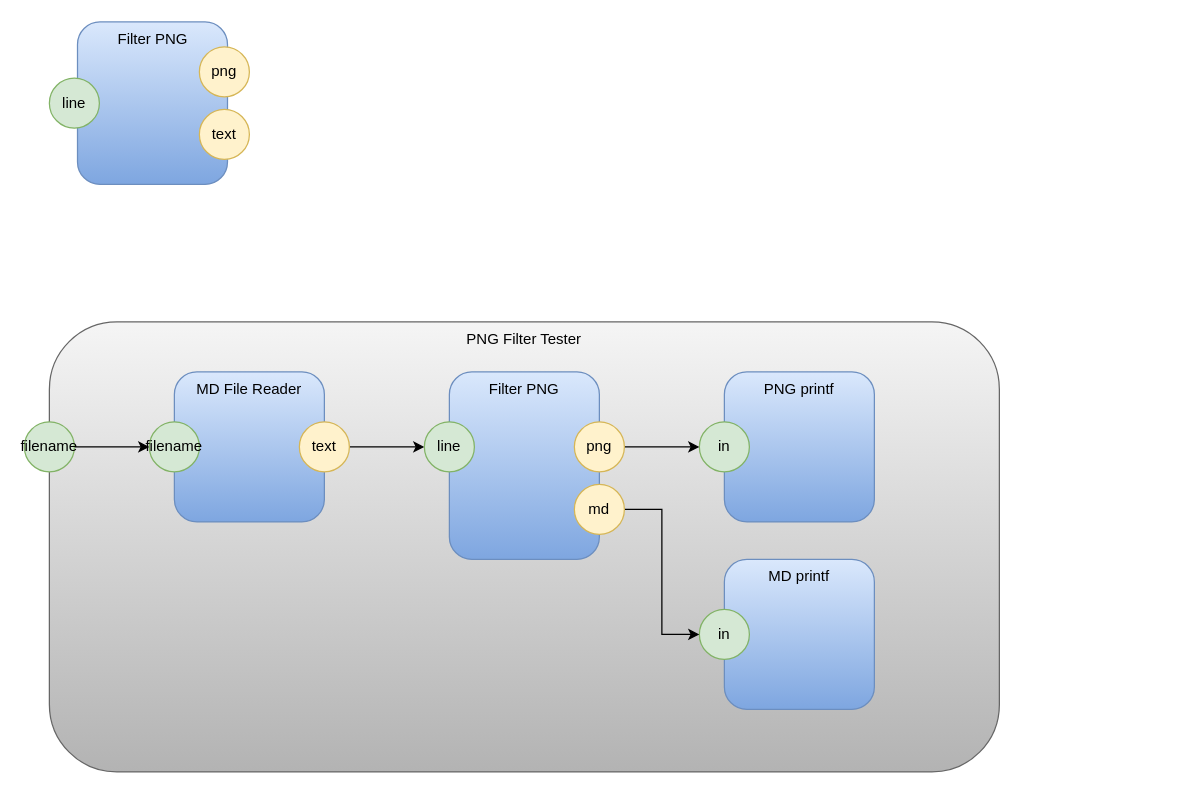
Earlier version of the draw.io diagram page "PNG Filter" (10 of 10) of pm-copy.drawio (guitarvydas/pypm). Source tidied: cells renumbered, new cells numbered last; positions are measured from the earlier drawing's top-left corner, leaving out a move shared by most shapes. Both pictures are drawn from the tidied source at 125%, with x=0, y=0 at pixel (24, 21).
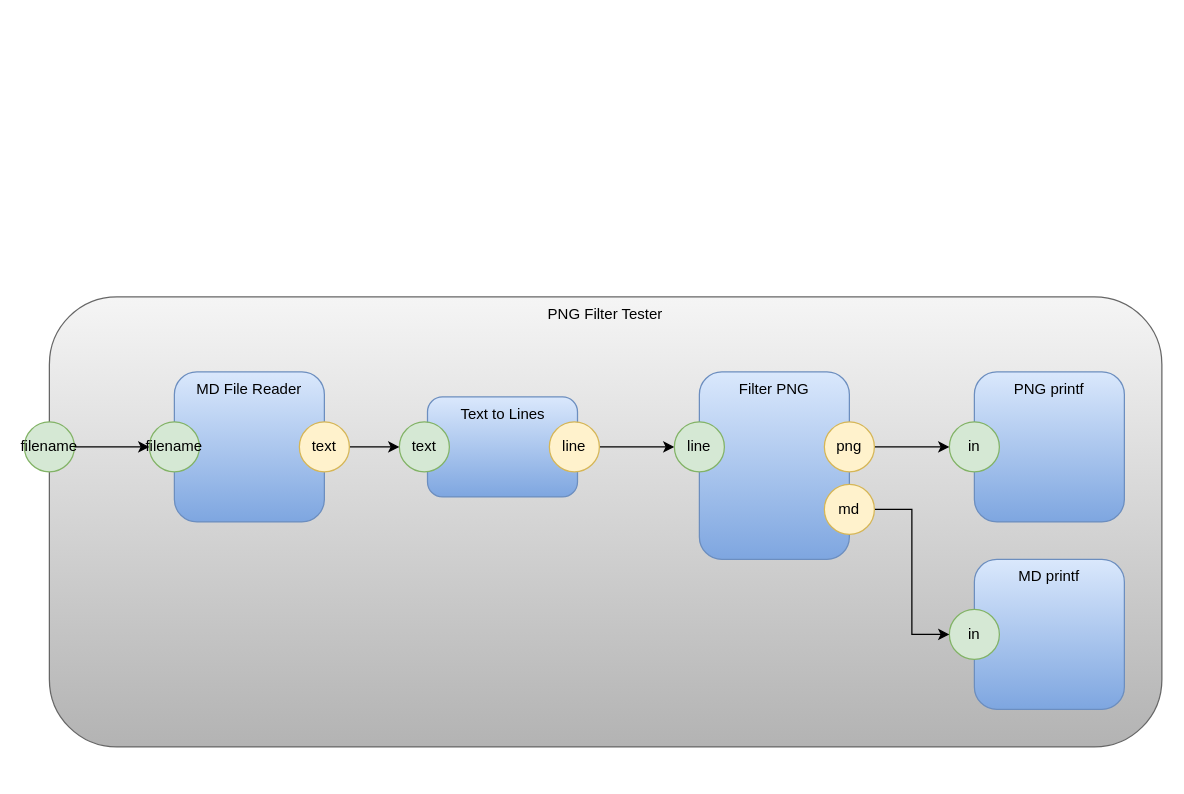
The same page after the edit.

Unchanged cells that the change refers to:
```xml
<mxCell id="10" value="text" style="ellipse;whiteSpace=wrap;html=1;fillColor=#fff2cc;strokeColor=#d6b656;" parent="1" vertex="1">
  <mxGeometry x="220" y="320" width="40" height="40" as="geometry" />
</mxCell>
```

What changed in the source:
```diff
@@
+    <mxCell id="6" value="PNG Filter Tester" style="rounded=1;whiteSpace=wrap;html=1;horizontal=1;verticalAlign=top;fillColor=#f5f5f5;strokeColor=#666666;gradientColor=#b3b3b3;" parent="1" vertex="1">
+      <mxGeometry x="20" y="220" width="890" height="360" as="geometry" />
+    </mxCell>
-    <mxCell id="2" value="Filter PNG" style="rounded=1;whiteSpace=wrap;html=1;horizontal=1;verticalAlign=top;fillColor=#dae8fc;strokeColor=#6c8ebf;gradientColor=#7ea6e0;" parent="1" vertex="1">
-      <mxGeometry x="42.5" width="120" height="130" as="geometry" />
+    <mxCell id="2" value="Text to Lines" style="rounded=1;whiteSpace=wrap;html=1;horizontal=1;verticalAlign=top;fillColor=#dae8fc;strokeColor=#6c8ebf;gradientColor=#7ea6e0;" parent="1" vertex="1">
+      <mxGeometry x="322.5" y="300" width="120" height="80" as="geometry" />
     </mxCell>
-    <mxCell id="3" value="line" style="ellipse;whiteSpace=wrap;html=1;fillColor=#d5e8d4;strokeColor=#82b366;" parent="1" vertex="1">
-      <mxGeometry x="20" y="45" width="40" height="40" as="geometry" />
+    <mxCell id="3" value="text" style="ellipse;whiteSpace=wrap;html=1;fillColor=#d5e8d4;strokeColor=#82b366;" parent="1" vertex="1">
+      <mxGeometry x="300" y="320" width="40" height="40" as="geometry" />
     </mxCell>
-    <mxCell id="4" value="text" style="ellipse;whiteSpace=wrap;html=1;fillColor=#fff2cc;strokeColor=#d6b656;" parent="1" vertex="1">
-      <mxGeometry x="140" y="70" width="40" height="40" as="geometry" />
-    </mxCell>
+    <mxCell id="23" style="edgeStyle=orthogonalEdgeStyle;rounded=0;jettySize=auto;html=1;exitX=1;exitY=0.5;exitDx=0;exitDy=0;entryX=0;entryY=0.5;entryDx=0;entryDy=0;" parent="1" edge="1" source="5" target="14">
+      <mxGeometry relative="1" as="geometry" />
+    </mxCell>
-    <mxCell id="5" value="png" style="ellipse;whiteSpace=wrap;html=1;fillColor=#fff2cc;strokeColor=#d6b656;" parent="1" vertex="1">
-      <mxGeometry x="140" y="20" width="40" height="40" as="geometry" />
+    <mxCell id="5" value="line" style="ellipse;whiteSpace=wrap;html=1;fillColor=#fff2cc;strokeColor=#d6b656;" parent="1" vertex="1">
+      <mxGeometry x="420" y="320" width="40" height="40" as="geometry" />
     </mxCell>
-    <mxCell id="6" value="PNG Filter Tester" style="rounded=1;whiteSpace=wrap;html=1;horizontal=1;verticalAlign=top;fillColor=#f5f5f5;strokeColor=#666666;gradientColor=#b3b3b3;" parent="1" vertex="1">
-      <mxGeometry x="20" y="240" width="760" height="360" as="geometry" />
-    </mxCell>
@@
-    <mxCell id="9" style="edgeStyle=orthogonalEdgeStyle;rounded=0;jettySize=auto;html=1;exitX=1;exitY=0.5;exitDx=0;exitDy=0;entryX=0;entryY=0.5;entryDx=0;entryDy=0;" parent="1" edge="1" source="10" target="14">
-      <mxGeometry relative="1" as="geometry" />
-    </mxCell>
+    <mxCell id="24" style="edgeStyle=orthogonalEdgeStyle;rounded=0;jettySize=auto;html=1;exitX=1;exitY=0.5;exitDx=0;exitDy=0;entryX=0;entryY=0.5;entryDx=0;entryDy=0;" parent="1" edge="1" source="10" target="3">
+      <mxGeometry relative="1" as="geometry" />
+    </mxCell>
@@
     <mxCell id="11" value="PNG printf" style="rounded=1;whiteSpace=wrap;html=1;horizontal=1;verticalAlign=top;strokeColor=#6c8ebf;fillColor=#dae8fc;gradientColor=#7ea6e0;" parent="1" vertex="1">
-      <mxGeometry x="560" y="280" width="120" height="120" as="geometry" />
+      <mxGeometry x="760" y="280" width="120" height="120" as="geometry" />
     </mxCell>
     <mxCell id="12" value="in" style="ellipse;whiteSpace=wrap;html=1;fillColor=#d5e8d4;strokeColor=#82b366;" parent="1" vertex="1">
-      <mxGeometry x="540" y="320" width="40" height="40" as="geometry" />
+      <mxGeometry x="740" y="320" width="40" height="40" as="geometry" />
     </mxCell>
     <mxCell id="13" value="Filter PNG" style="rounded=1;whiteSpace=wrap;html=1;horizontal=1;verticalAlign=top;gradientColor=#7ea6e0;fillColor=#dae8fc;strokeColor=#6c8ebf;" parent="1" vertex="1">
-      <mxGeometry x="340" y="280" width="120" height="150" as="geometry" />
+      <mxGeometry x="540" y="280" width="120" height="150" as="geometry" />
     </mxCell>
     <mxCell id="14" value="line" style="ellipse;whiteSpace=wrap;html=1;fillColor=#d5e8d4;strokeColor=#82b366;" parent="1" vertex="1">
-      <mxGeometry x="320" y="320" width="40" height="40" as="geometry" />
+      <mxGeometry x="520" y="320" width="40" height="40" as="geometry" />
     </mxCell>
@@
     <mxCell id="16" value="png" style="ellipse;whiteSpace=wrap;html=1;fillColor=#fff2cc;strokeColor=#d6b656;" parent="1" vertex="1">
-      <mxGeometry x="440" y="320" width="40" height="40" as="geometry" />
+      <mxGeometry x="640" y="320" width="40" height="40" as="geometry" />
     </mxCell>
@@
     <mxCell id="19" value="MD printf" style="rounded=1;whiteSpace=wrap;html=1;horizontal=1;verticalAlign=top;strokeColor=#6c8ebf;fillColor=#dae8fc;gradientColor=#7ea6e0;" parent="1" vertex="1">
-      <mxGeometry x="560" y="430" width="120" height="120" as="geometry" />
+      <mxGeometry x="760" y="430" width="120" height="120" as="geometry" />
     </mxCell>
     <mxCell id="20" value="in" style="ellipse;whiteSpace=wrap;html=1;fillColor=#d5e8d4;strokeColor=#82b366;" parent="1" vertex="1">
-      <mxGeometry x="540" y="470" width="40" height="40" as="geometry" />
+      <mxGeometry x="740" y="470" width="40" height="40" as="geometry" />
     </mxCell>
@@
     <mxCell id="22" value="md" style="ellipse;whiteSpace=wrap;html=1;fillColor=#fff2cc;strokeColor=#d6b656;" parent="1" vertex="1">
-      <mxGeometry x="440" y="370" width="40" height="40" as="geometry" />
+      <mxGeometry x="640" y="370" width="40" height="40" as="geometry" />
     </mxCell>
```
